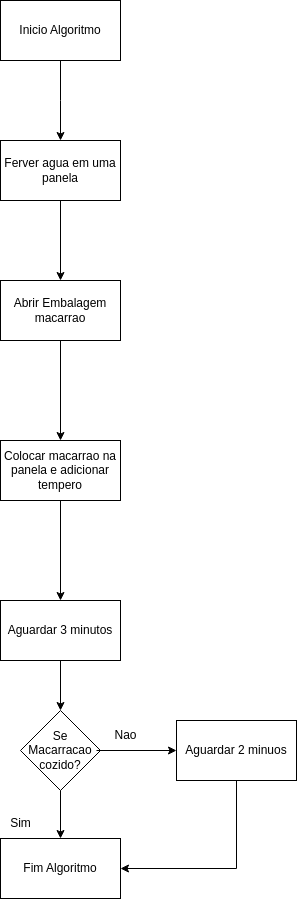
Before: macarrao-instantaneodiagram.drawio.png, a diagram exported from draw.io (garciaaadev/all_diagrams). Source tidied: cells renumbered, new cells last; positions are measured from the earlier drawing's top-left corner, leaving out a move shared by most shapes.
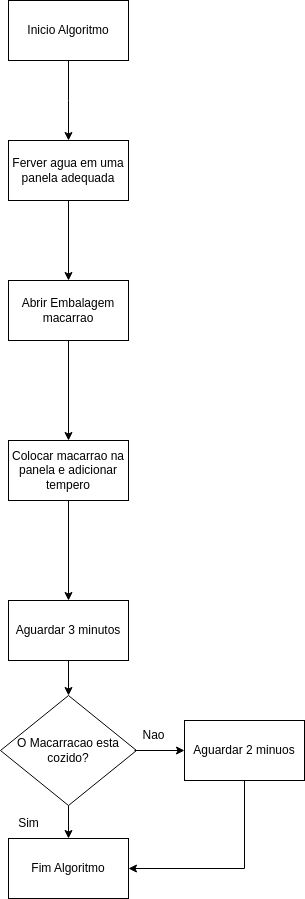
Later version of the same file.

Diff of the diagram source:
```diff
@@ -10,7 +10,7 @@
     <mxCell id="3" value="Inicio Algoritmo" style="rounded=0;whiteSpace=wrap;html=1;" parent="1" vertex="1">
       <mxGeometry width="120" height="60" as="geometry" />
     </mxCell>
-    <mxCell id="4" value="Ferver agua em uma panela" style="rounded=0;whiteSpace=wrap;html=1;" parent="1" vertex="1">
+    <mxCell id="4" value="Ferver agua em uma panela adequada" style="rounded=0;whiteSpace=wrap;html=1;" parent="1" vertex="1">
       <mxGeometry y="140" width="120" height="60" as="geometry" />
     </mxCell>
     <mxCell id="5" value="Abrir Embalagem macarrao" style="rounded=0;whiteSpace=wrap;html=1;" parent="1" vertex="1">
@@ -31,8 +31,8 @@
     <mxCell id="10" style="endArrow=classic;html=1;rounded=0;exitX=0.5;exitY=1;exitDx=0;exitDy=0;entryX=0.5;entryY=0;entryDx=0;entryDy=0;" parent="1" edge="1" source="7" target="9">
       <mxGeometry relative="1" as="geometry" />
     </mxCell>
-    <mxCell id="11" value="Se Macarracao cozido?" style="rhombus;whiteSpace=wrap;html=1;" parent="1" vertex="1">
-      <mxGeometry x="20" y="710" width="80" height="80" as="geometry" />
+    <mxCell id="11" value="O Macarracao esta &lt;br&gt;cozido?" style="rhombus;whiteSpace=wrap;html=1;" parent="1" vertex="1">
+      <mxGeometry x="-8" y="695" width="136" height="110" as="geometry" />
     </mxCell>
     <mxCell id="12" style="endArrow=classic;html=1;rounded=0;exitX=0.5;exitY=1;exitDx=0;exitDy=0;entryX=0.5;entryY=0;entryDx=0;entryDy=0;" parent="1" edge="1" source="9" target="11">
       <mxGeometry relative="1" as="geometry" />
@@ -47,11 +47,11 @@
       <mxGeometry y="838" width="120" height="60" as="geometry" />
     </mxCell>
     <mxCell id="16" value="Nao" style="text;html=1;align=center;verticalAlign=middle;strokeColor=none;fillColor=none;" parent="1" vertex="1">
-      <mxGeometry x="100" y="720" width="50" height="30" as="geometry" />
+      <mxGeometry x="120" y="720" width="50" height="30" as="geometry" />
     </mxCell>
     <mxCell id="17" style="endArrow=classic;html=1;rounded=0;" parent="1" edge="1" target="18">
       <mxGeometry relative="1" as="geometry">
-        <mxPoint x="96" y="750" as="sourcePoint" />
+        <mxPoint x="126" y="750" as="sourcePoint" />
       </mxGeometry>
     </mxCell>
     <mxCell id="18" value="Aguardar 2 minuos" style="rounded=0;whiteSpace=wrap;html=1;" parent="1" vertex="1">
```
